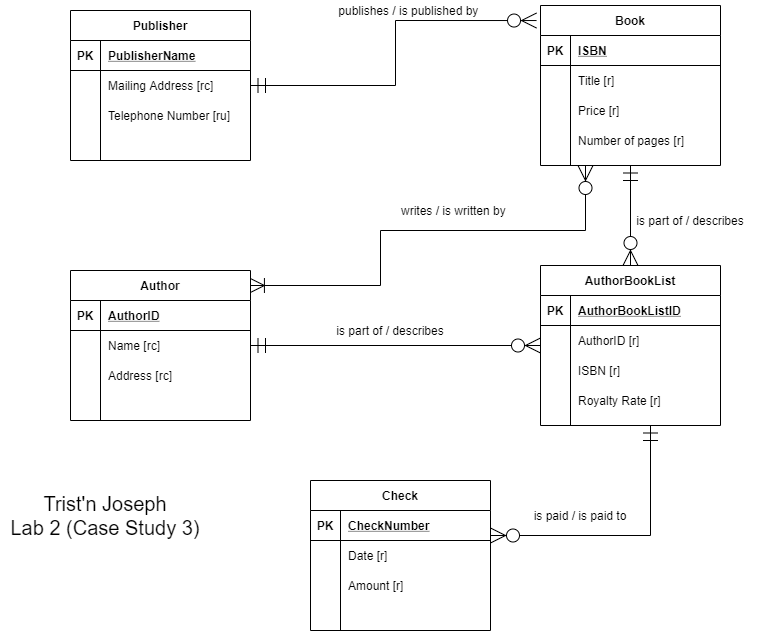
Before: Lab 2/Lab 02 - Conceptual Modeling (Case study 3).png, a diagram exported from draw.io (trisxcj1/SyracuseUniversity_IST659). Source tidied: cells renumbered, new cells last; positions are measured from the earlier drawing's top-left corner, leaving out a move shared by most shapes.
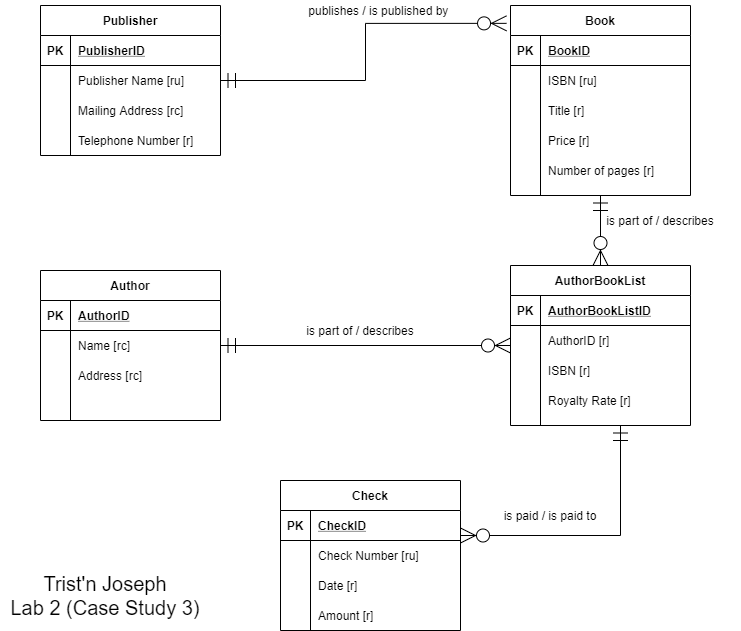
Above is the later version.

Commit message:
done after convo with prof

The edit, as a diff of the source:
```diff
@@ -6,7 +6,7 @@
       <mxGeometry relative="1" as="geometry" />
     </mxCell>
     <mxCell id="3" value="Publisher" style="shape=table;startSize=30;rowLines=0;fontStyle=1;align=center;" parent="1" vertex="1">
-      <mxGeometry x="70" y="10" width="180" height="150" as="geometry" />
+      <mxGeometry x="70" y="5" width="180" height="150" as="geometry" />
     </mxCell>
     <mxCell id="4" style="shape=partialRectangle;fillColor=none;top=0;left=0;bottom=1;right=0;" parent="3" vertex="1">
       <mxGeometry y="30" width="180" height="30" as="geometry" />
@@ -14,11 +14,20 @@
     <mxCell id="5" value="PK" style="shape=partialRectangle;fillColor=none;top=0;left=0;bottom=0;right=0;fontStyle=1;overflow=hidden;" parent="4" vertex="1">
       <mxGeometry width="30" height="30" as="geometry" />
     </mxCell>
-    <mxCell id="6" value="PublisherName" style="shape=partialRectangle;fillColor=none;top=0;left=0;bottom=0;right=0;align=left;spacingLeft=6;fontStyle=5;overflow=hidden;" parent="4" vertex="1">
+    <mxCell id="6" value="PublisherID" style="shape=partialRectangle;fillColor=none;top=0;left=0;bottom=0;right=0;align=left;spacingLeft=6;fontStyle=5;overflow=hidden;" parent="4" vertex="1">
       <mxGeometry x="30" width="150" height="30" as="geometry" />
     </mxCell>
+    <mxCell id="13" style="shape=partialRectangle;fillColor=none;top=0;left=0;bottom=0;right=0;" parent="3" vertex="1">
+      <mxGeometry y="60" width="180" height="30" as="geometry" />
+    </mxCell>
+    <mxCell id="14" style="shape=partialRectangle;fillColor=none;top=0;left=0;bottom=0;right=0;overflow=hidden;" parent="13" vertex="1">
+      <mxGeometry width="30" height="30" as="geometry" />
+    </mxCell>
+    <mxCell id="15" value="Publisher Name [ru]" style="shape=partialRectangle;fillColor=none;top=0;left=0;bottom=0;right=0;align=left;spacingLeft=6;overflow=hidden;" parent="13" vertex="1">
+      <mxGeometry x="30" width="150" height="30" as="geometry" />
+    </mxCell>
     <mxCell id="7" style="shape=partialRectangle;fillColor=none;top=0;left=0;bottom=0;right=0;" parent="3" vertex="1">
-      <mxGeometry y="60" width="180" height="30" as="geometry" />
+      <mxGeometry y="90" width="180" height="30" as="geometry" />
     </mxCell>
     <mxCell id="8" style="shape=partialRectangle;fillColor=none;top=0;left=0;bottom=0;right=0;overflow=hidden;" parent="7" vertex="1">
       <mxGeometry width="30" height="30" as="geometry" />
@@ -27,25 +36,16 @@
       <mxGeometry x="30" width="150" height="30" as="geometry" />
     </mxCell>
     <mxCell id="10" style="shape=partialRectangle;fillColor=none;top=0;left=0;bottom=0;right=0;" parent="3" vertex="1">
-      <mxGeometry y="90" width="180" height="30" as="geometry" />
+      <mxGeometry y="120" width="180" height="30" as="geometry" />
     </mxCell>
     <mxCell id="11" style="shape=partialRectangle;fillColor=none;top=0;left=0;bottom=0;right=0;overflow=hidden;" parent="10" vertex="1">
       <mxGeometry width="30" height="30" as="geometry" />
     </mxCell>
-    <mxCell id="12" value="Telephone Number [ru]" style="shape=partialRectangle;fillColor=none;top=0;left=0;bottom=0;right=0;align=left;spacingLeft=6;overflow=hidden;" parent="10" vertex="1">
+    <mxCell id="12" value="Telephone Number [r]" style="shape=partialRectangle;fillColor=none;top=0;left=0;bottom=0;right=0;align=left;spacingLeft=6;overflow=hidden;" parent="10" vertex="1">
       <mxGeometry x="30" width="150" height="30" as="geometry" />
     </mxCell>
-    <mxCell id="13" style="shape=partialRectangle;fillColor=none;top=0;left=0;bottom=0;right=0;" parent="3" vertex="1">
-      <mxGeometry y="120" width="180" height="30" as="geometry" />
-    </mxCell>
-    <mxCell id="14" style="shape=partialRectangle;fillColor=none;top=0;left=0;bottom=0;right=0;overflow=hidden;" parent="13" vertex="1">
-      <mxGeometry width="30" height="30" as="geometry" />
-    </mxCell>
-    <mxCell id="15" style="shape=partialRectangle;fillColor=none;top=0;left=0;bottom=0;right=0;align=left;spacingLeft=6;overflow=hidden;" parent="13" vertex="1">
-      <mxGeometry x="30" width="150" height="30" as="geometry" />
-    </mxCell>
     <mxCell id="16" value="Book" style="shape=table;startSize=30;rowLines=0;fontStyle=1;align=center;" parent="1" vertex="1">
-      <mxGeometry x="540" y="5" width="180" height="160" as="geometry" />
+      <mxGeometry x="540" y="5" width="180" height="190" as="geometry" />
     </mxCell>
     <mxCell id="17" style="shape=partialRectangle;fillColor=none;top=0;left=0;bottom=1;right=0;" parent="16" vertex="1">
       <mxGeometry y="30" width="180" height="30" as="geometry" />
@@ -53,11 +53,20 @@
     <mxCell id="18" value="PK" style="shape=partialRectangle;fillColor=none;top=0;left=0;bottom=0;right=0;fontStyle=1;overflow=hidden;" parent="17" vertex="1">
       <mxGeometry width="30" height="30" as="geometry" />
     </mxCell>
-    <mxCell id="19" value="ISBN" style="shape=partialRectangle;fillColor=none;top=0;left=0;bottom=0;right=0;align=left;spacingLeft=6;fontStyle=5;overflow=hidden;" parent="17" vertex="1">
+    <mxCell id="19" value="BookID" style="shape=partialRectangle;fillColor=none;top=0;left=0;bottom=0;right=0;align=left;spacingLeft=6;fontStyle=5;overflow=hidden;" parent="17" vertex="1">
       <mxGeometry x="30" width="150" height="30" as="geometry" />
     </mxCell>
+    <mxCell id="78" style="shape=partialRectangle;fillColor=none;top=0;left=0;bottom=0;right=0;" parent="16" vertex="1">
+      <mxGeometry y="60" width="180" height="30" as="geometry" />
+    </mxCell>
+    <mxCell id="79" style="shape=partialRectangle;fillColor=none;top=0;left=0;bottom=0;right=0;overflow=hidden;" parent="78" vertex="1">
+      <mxGeometry width="30" height="30" as="geometry" />
+    </mxCell>
+    <mxCell id="80" value="ISBN [ru]" style="shape=partialRectangle;fillColor=none;top=0;left=0;bottom=0;right=0;align=left;spacingLeft=6;overflow=hidden;" parent="78" vertex="1">
+      <mxGeometry x="30" width="150" height="30" as="geometry" />
+    </mxCell>
     <mxCell id="20" style="shape=partialRectangle;fillColor=none;top=0;left=0;bottom=0;right=0;" parent="16" vertex="1">
-      <mxGeometry y="60" width="180" height="30" as="geometry" />
+      <mxGeometry y="90" width="180" height="30" as="geometry" />
     </mxCell>
     <mxCell id="21" style="shape=partialRectangle;fillColor=none;top=0;left=0;bottom=0;right=0;overflow=hidden;" parent="20" vertex="1">
       <mxGeometry width="30" height="30" as="geometry" />
@@ -66,7 +75,7 @@
       <mxGeometry x="30" width="150" height="30" as="geometry" />
     </mxCell>
     <mxCell id="23" style="shape=partialRectangle;fillColor=none;top=0;left=0;bottom=0;right=0;" parent="16" vertex="1">
-      <mxGeometry y="90" width="180" height="30" as="geometry" />
+      <mxGeometry y="120" width="180" height="30" as="geometry" />
     </mxCell>
     <mxCell id="24" style="shape=partialRectangle;fillColor=none;top=0;left=0;bottom=0;right=0;overflow=hidden;" parent="23" vertex="1">
       <mxGeometry width="30" height="30" as="geometry" />
@@ -75,7 +84,7 @@
       <mxGeometry x="30" width="150" height="30" as="geometry" />
     </mxCell>
     <mxCell id="26" style="shape=partialRectangle;fillColor=none;top=0;left=0;bottom=0;right=0;" parent="16" vertex="1">
-      <mxGeometry y="120" width="180" height="30" as="geometry" />
+      <mxGeometry y="150" width="180" height="30" as="geometry" />
     </mxCell>
     <mxCell id="27" style="shape=partialRectangle;fillColor=none;top=0;left=0;bottom=0;right=0;overflow=hidden;" parent="26" vertex="1">
       <mxGeometry width="30" height="30" as="geometry" />
@@ -83,15 +92,6 @@
     <mxCell id="28" value="Number of pages [r]" style="shape=partialRectangle;fillColor=none;top=0;left=0;bottom=0;right=0;align=left;spacingLeft=6;overflow=hidden;" parent="26" vertex="1">
       <mxGeometry x="30" width="150" height="30" as="geometry" />
     </mxCell>
-    <mxCell id="29" style="edgeStyle=orthogonalEdgeStyle;rounded=0;jettySize=auto;html=1;entryX=0.25;entryY=1;entryDx=0;entryDy=0;startArrow=ERoneToMany;startFill=0;startSize=13;endArrow=ERzeroToMany;endFill=1;endSize=13;exitX=0.994;exitY=0.1;exitDx=0;exitDy=0;exitPerimeter=0;" parent="1" edge="1" source="30" target="16">
-      <mxGeometry relative="1" as="geometry">
-        <Array as="points">
-          <mxPoint x="380" y="285" />
-          <mxPoint x="380" y="230" />
-          <mxPoint x="585" y="230" />
-        </Array>
-      </mxGeometry>
-    </mxCell>
     <mxCell id="30" value="Author" style="shape=table;startSize=30;rowLines=0;fontStyle=1;align=center;" parent="1" vertex="1">
       <mxGeometry x="70" y="270" width="180" height="150" as="geometry" />
     </mxCell>
@@ -140,11 +140,20 @@
     <mxCell id="45" value="PK" style="shape=partialRectangle;fillColor=none;top=0;left=0;bottom=0;right=0;fontStyle=1;overflow=hidden;" parent="44" vertex="1">
       <mxGeometry width="30" height="30" as="geometry" />
     </mxCell>
-    <mxCell id="46" value="CheckNumber" style="shape=partialRectangle;fillColor=none;top=0;left=0;bottom=0;right=0;align=left;spacingLeft=6;fontStyle=5;overflow=hidden;" parent="44" vertex="1">
+    <mxCell id="46" value="CheckID" style="shape=partialRectangle;fillColor=none;top=0;left=0;bottom=0;right=0;align=left;spacingLeft=6;fontStyle=5;overflow=hidden;" parent="44" vertex="1">
       <mxGeometry x="30" width="150" height="30" as="geometry" />
     </mxCell>
+    <mxCell id="53" style="shape=partialRectangle;fillColor=none;top=0;left=0;bottom=0;right=0;" parent="43" vertex="1">
+      <mxGeometry y="60" width="180" height="30" as="geometry" />
+    </mxCell>
+    <mxCell id="54" style="shape=partialRectangle;fillColor=none;top=0;left=0;bottom=0;right=0;overflow=hidden;" parent="53" vertex="1">
+      <mxGeometry width="30" height="30" as="geometry" />
+    </mxCell>
+    <mxCell id="55" value="Check Number [ru]" style="shape=partialRectangle;fillColor=none;top=0;left=0;bottom=0;right=0;align=left;spacingLeft=6;overflow=hidden;" parent="53" vertex="1">
+      <mxGeometry x="30" width="150" height="30" as="geometry" />
+    </mxCell>
     <mxCell id="47" style="shape=partialRectangle;fillColor=none;top=0;left=0;bottom=0;right=0;" parent="43" vertex="1">
-      <mxGeometry y="60" width="180" height="30" as="geometry" />
+      <mxGeometry y="90" width="180" height="30" as="geometry" />
     </mxCell>
     <mxCell id="48" style="shape=partialRectangle;fillColor=none;top=0;left=0;bottom=0;right=0;overflow=hidden;" parent="47" vertex="1">
       <mxGeometry width="30" height="30" as="geometry" />
@@ -153,7 +162,7 @@
       <mxGeometry x="30" width="150" height="30" as="geometry" />
     </mxCell>
     <mxCell id="50" style="shape=partialRectangle;fillColor=none;top=0;left=0;bottom=0;right=0;" parent="43" vertex="1">
-      <mxGeometry y="90" width="180" height="30" as="geometry" />
+      <mxGeometry y="120" width="180" height="30" as="geometry" />
     </mxCell>
     <mxCell id="51" style="shape=partialRectangle;fillColor=none;top=0;left=0;bottom=0;right=0;overflow=hidden;" parent="50" vertex="1">
       <mxGeometry width="30" height="30" as="geometry" />
@@ -161,26 +170,14 @@
     <mxCell id="52" value="Amount [r]" style="shape=partialRectangle;fillColor=none;top=0;left=0;bottom=0;right=0;align=left;spacingLeft=6;overflow=hidden;" parent="50" vertex="1">
       <mxGeometry x="30" width="150" height="30" as="geometry" />
     </mxCell>
-    <mxCell id="53" style="shape=partialRectangle;fillColor=none;top=0;left=0;bottom=0;right=0;" parent="43" vertex="1">
-      <mxGeometry y="120" width="180" height="30" as="geometry" />
-    </mxCell>
-    <mxCell id="54" style="shape=partialRectangle;fillColor=none;top=0;left=0;bottom=0;right=0;overflow=hidden;" parent="53" vertex="1">
-      <mxGeometry width="30" height="30" as="geometry" />
-    </mxCell>
-    <mxCell id="55" style="shape=partialRectangle;fillColor=none;top=0;left=0;bottom=0;right=0;align=left;spacingLeft=6;overflow=hidden;" parent="53" vertex="1">
-      <mxGeometry x="30" width="150" height="30" as="geometry" />
-    </mxCell>
     <mxCell id="56" value="publishes / is published by&amp;nbsp;" style="text;html=1;strokeColor=none;fillColor=none;align=center;verticalAlign=middle;whiteSpace=wrap;rounded=0;" parent="1" vertex="1">
       <mxGeometry x="330" width="160" height="20" as="geometry" />
     </mxCell>
-    <mxCell id="57" value="writes / is written by&amp;nbsp;" style="text;html=1;strokeColor=none;fillColor=none;align=center;verticalAlign=middle;whiteSpace=wrap;rounded=0;" parent="1" vertex="1">
-      <mxGeometry x="380" y="200" width="150" height="20" as="geometry" />
-    </mxCell>
     <mxCell id="58" value="is paid / is paid to" style="text;html=1;strokeColor=none;fillColor=none;align=center;verticalAlign=middle;whiteSpace=wrap;rounded=0;" parent="1" vertex="1">
       <mxGeometry x="500" y="505" width="160" height="20" as="geometry" />
     </mxCell>
     <mxCell id="59" value="Trist'n Joseph&lt;br style=&quot;font-size: 20px&quot;&gt;Lab 2 (Case Study 3)" style="text;html=1;strokeColor=none;fillColor=none;align=center;verticalAlign=middle;whiteSpace=wrap;rounded=0;fontSize=20;" parent="1" vertex="1">
-      <mxGeometry y="490" width="210" height="50" as="geometry" />
+      <mxGeometry x="30" y="570" width="210" height="50" as="geometry" />
     </mxCell>
     <mxCell id="60" style="edgeStyle=orthogonalEdgeStyle;rounded=0;jettySize=auto;html=1;entryX=0.5;entryY=1;entryDx=0;entryDy=0;startArrow=ERzeroToMany;startFill=1;startSize=13;endArrow=ERmandOne;endFill=0;endSize=13;" parent="1" edge="1" source="62" target="16">
       <mxGeometry relative="1" as="geometry" />
```
